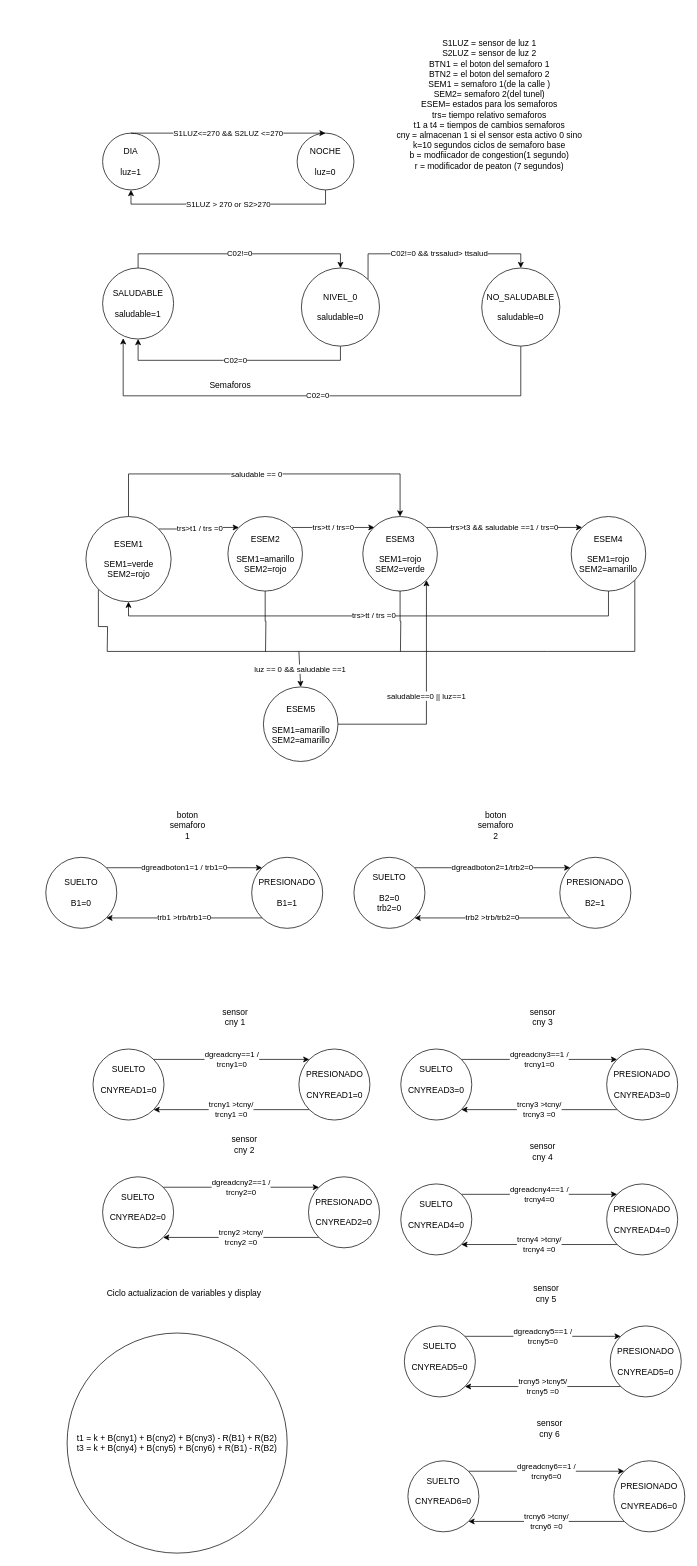
The draw.io diagram Entrega-final.drawio in chalimbu/ciudad-inteligente-adaptativa, before the edit. Source tidied: cells renumbered, new cells numbered last; positions are measured from the earlier drawing's top-left corner, leaving out a move shared by most shapes. Both pictures are drawn from the tidied source at 71%, with x=0, y=0 at pixel (45, 12).
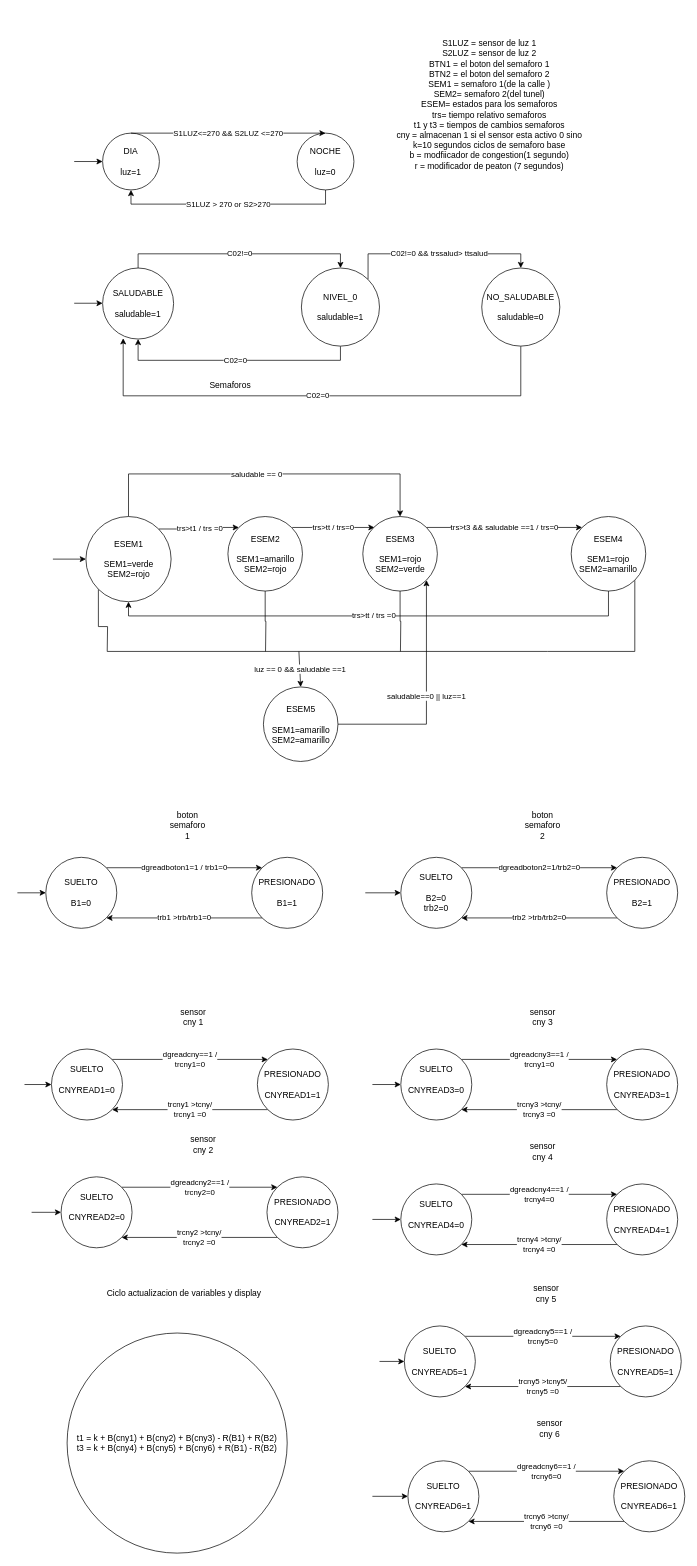
The same page after the edit.

Unchanged cells that the change refers to:
```xml
<mxCell id="2" value="DIA&lt;br&gt;&lt;br&gt;luz=1" style="ellipse;whiteSpace=wrap;html=1;" parent="1" vertex="1">
  <mxGeometry x="80" y="170" width="80" height="80" as="geometry" />
</mxCell>
<mxCell id="17" value="ESEM1&lt;br&gt;&lt;br&gt;SEM1=verde&lt;br&gt;SEM2=rojo" style="ellipse;whiteSpace=wrap;html=1;" parent="1" vertex="1">
  <mxGeometry x="56.5" y="710" width="120" height="120" as="geometry" />
</mxCell>
<mxCell id="35" value="&lt;div&gt;SUELTO&lt;/div&gt;&lt;div&gt;&lt;br&gt;&lt;/div&gt;&lt;div&gt;B1=0&lt;br&gt;&lt;/div&gt;" style="ellipse;whiteSpace=wrap;html=1;" parent="1" vertex="1">
  <mxGeometry y="1190" width="100" height="100" as="geometry" />
</mxCell>
<mxCell id="49" value="&lt;div&gt;SUELTO&lt;/div&gt;&lt;div&gt;&lt;br&gt;&lt;/div&gt;&lt;div&gt;CNYREAD3=0&lt;br&gt;&lt;br&gt;&lt;/div&gt;" style="ellipse;whiteSpace=wrap;html=1;" parent="1" vertex="1">
  <mxGeometry x="500" y="1460" width="100" height="100" as="geometry" />
</mxCell>
<mxCell id="54" value="&lt;div&gt;SUELTO&lt;/div&gt;&lt;div&gt;&lt;br&gt;&lt;/div&gt;&lt;div&gt;CNYREAD4=0&lt;br&gt;&lt;br&gt;&lt;/div&gt;" style="ellipse;whiteSpace=wrap;html=1;" parent="1" vertex="1">
  <mxGeometry x="500" y="1650" width="100" height="100" as="geometry" />
</mxCell>
```

Change to the diagram source:
```diff
@@
-    <mxCell id="10" value="NIVEL_0&lt;br&gt;&lt;br&gt;saludable=0" style="ellipse;whiteSpace=wrap;html=1;" parent="1" vertex="1">
+    <mxCell id="10" value="NIVEL_0&lt;br&gt;&lt;br&gt;saludable=1" style="ellipse;whiteSpace=wrap;html=1;" parent="1" vertex="1">
       <mxGeometry x="360" y="360" width="110" height="110" as="geometry" />
     </mxCell>
-    <mxCell id="11" value="S1LUZ = sensor de luz 1&lt;br&gt;&lt;div&gt;S2LUZ = sensor de luz 2&lt;br&gt;BTN1 = el boton del semaforo 1&lt;br&gt;BTN2 = el boton del semaforo 2&lt;br&gt;SEM1 = semaforo 1(de la calle )&lt;br&gt;&lt;/div&gt;&lt;div&gt;SEM2= semaforo 2(del tunel)&lt;br&gt;ESEM= estados para los semaforos&lt;br&gt;&lt;/div&gt;&lt;div&gt;trs= tiempo relativo semaforos&lt;br&gt;t1 a t4 = tiempos de cambios semaforos&lt;br&gt;&lt;/div&gt;&lt;div&gt;cny = almacenan 1 si el sensor esta activo 0 sino&lt;br&gt;&lt;/div&gt;&lt;div&gt;k=10 segundos ciclos de semaforo base&lt;/div&gt;&lt;div&gt;b = modfiicador de congestion(1 segundo)&lt;/div&gt;&lt;div&gt;r = modificador de peaton (7 segundos)&lt;br&gt;&lt;/div&gt;" style="text;html=1;strokeColor=none;fillColor=none;align=center;verticalAlign=middle;whiteSpace=wrap;rounded=0;" parent="1" vertex="1">
+    <mxCell id="11" value="S1LUZ = sensor de luz 1&lt;br&gt;&lt;div&gt;S2LUZ = sensor de luz 2&lt;br&gt;BTN1 = el boton del semaforo 1&lt;br&gt;BTN2 = el boton del semaforo 2&lt;br&gt;SEM1 = semaforo 1(de la calle )&lt;br&gt;&lt;/div&gt;&lt;div&gt;SEM2= semaforo 2(del tunel)&lt;br&gt;ESEM= estados para los semaforos&lt;br&gt;&lt;/div&gt;&lt;div&gt;trs= tiempo relativo semaforos&lt;br&gt;t1 y t3 = tiempos de cambios semaforos&lt;br&gt;&lt;/div&gt;&lt;div&gt;cny = almacenan 1 si el sensor esta activo 0 sino&lt;br&gt;&lt;/div&gt;&lt;div&gt;k=10 segundos ciclos de semaforo base&lt;/div&gt;&lt;div&gt;b = modfiicador de congestion(1 segundo)&lt;/div&gt;&lt;div&gt;r = modificador de peaton (7 segundos)&lt;br&gt;&lt;/div&gt;" style="text;html=1;strokeColor=none;fillColor=none;align=center;verticalAlign=middle;whiteSpace=wrap;rounded=0;" parent="1" vertex="1">
       <mxGeometry x="480" width="290" height="260" as="geometry" />
     </mxCell>
@@
     <mxCell id="38" value="boton semaforo 2" style="text;html=1;strokeColor=none;fillColor=none;align=center;verticalAlign=middle;whiteSpace=wrap;rounded=0;" parent="1" vertex="1">
-      <mxGeometry x="604" y="1130" width="60" height="30" as="geometry" />
+      <mxGeometry x="670" y="1130" width="60" height="30" as="geometry" />
     </mxCell>
@@
     <mxCell id="40" value="&lt;div&gt;PRESIONADO&lt;/div&gt;&lt;div&gt;&lt;br&gt;&lt;/div&gt;&lt;div&gt;B2=1&lt;br&gt;&lt;/div&gt;" style="ellipse;whiteSpace=wrap;html=1;" parent="1" vertex="1">
-      <mxGeometry x="724" y="1190" width="100" height="100" as="geometry" />
+      <mxGeometry x="790" y="1190" width="100" height="100" as="geometry" />
     </mxCell>
@@
     <mxCell id="42" value="&lt;div&gt;SUELTO&lt;/div&gt;&lt;div&gt;&lt;br&gt;&lt;/div&gt;&lt;div&gt;B2=0&lt;br&gt;trb2=0&lt;br&gt;&lt;/div&gt;" style="ellipse;whiteSpace=wrap;html=1;" parent="1" vertex="1">
-      <mxGeometry x="434" y="1190" width="100" height="100" as="geometry" />
+      <mxGeometry x="500" y="1190" width="100" height="100" as="geometry" />
     </mxCell>
@@
-    <mxCell id="47" value="&lt;div&gt;PRESIONADO&lt;/div&gt;&lt;div&gt;&lt;br&gt;&lt;/div&gt;&lt;div&gt;CNYREAD3=0&lt;/div&gt;" style="ellipse;whiteSpace=wrap;html=1;" parent="1" vertex="1">
+    <mxCell id="47" value="&lt;div&gt;PRESIONADO&lt;/div&gt;&lt;div&gt;&lt;br&gt;&lt;/div&gt;&lt;div&gt;CNYREAD3=1&lt;/div&gt;" style="ellipse;whiteSpace=wrap;html=1;" parent="1" vertex="1">
       <mxGeometry x="790" y="1460" width="100" height="100" as="geometry" />
     </mxCell>
@@
-    <mxCell id="52" value="&lt;div&gt;PRESIONADO&lt;/div&gt;&lt;div&gt;&lt;br&gt;&lt;/div&gt;&lt;div&gt;CNYREAD4=0&lt;/div&gt;" style="ellipse;whiteSpace=wrap;html=1;" parent="1" vertex="1">
+    <mxCell id="52" value="&lt;div&gt;PRESIONADO&lt;/div&gt;&lt;div&gt;&lt;br&gt;&lt;/div&gt;&lt;div&gt;CNYREAD4=1&lt;/div&gt;" style="ellipse;whiteSpace=wrap;html=1;" parent="1" vertex="1">
       <mxGeometry x="790" y="1650" width="100" height="100" as="geometry" />
     </mxCell>
@@
-    <mxCell id="57" value="&lt;div&gt;PRESIONADO&lt;/div&gt;&lt;div&gt;&lt;br&gt;&lt;/div&gt;&lt;div&gt;CNYREAD5=0&lt;/div&gt;" style="ellipse;whiteSpace=wrap;html=1;" parent="1" vertex="1">
+    <mxCell id="57" value="&lt;div&gt;PRESIONADO&lt;/div&gt;&lt;div&gt;&lt;br&gt;&lt;/div&gt;&lt;div&gt;CNYREAD5=1&lt;/div&gt;" style="ellipse;whiteSpace=wrap;html=1;" parent="1" vertex="1">
       <mxGeometry x="795" y="1850" width="100" height="100" as="geometry" />
     </mxCell>
@@
-    <mxCell id="59" value="&lt;div&gt;SUELTO&lt;/div&gt;&lt;div&gt;&lt;br&gt;&lt;/div&gt;&lt;div&gt;CNYREAD5=0&lt;br&gt;&lt;br&gt;&lt;/div&gt;" style="ellipse;whiteSpace=wrap;html=1;" parent="1" vertex="1">
+    <mxCell id="59" value="&lt;div&gt;SUELTO&lt;/div&gt;&lt;div&gt;&lt;br&gt;&lt;/div&gt;&lt;div&gt;CNYREAD5=1&lt;br&gt;&lt;/div&gt;" style="ellipse;whiteSpace=wrap;html=1;" parent="1" vertex="1">
       <mxGeometry x="505" y="1850" width="100" height="100" as="geometry" />
     </mxCell>
@@
-    <mxCell id="62" value="&lt;div&gt;PRESIONADO&lt;/div&gt;&lt;div&gt;&lt;br&gt;&lt;/div&gt;&lt;div&gt;CNYREAD6=0&lt;/div&gt;" style="ellipse;whiteSpace=wrap;html=1;" parent="1" vertex="1">
+    <mxCell id="62" value="&lt;div&gt;PRESIONADO&lt;/div&gt;&lt;div&gt;&lt;br&gt;&lt;/div&gt;&lt;div&gt;CNYREAD6=1&lt;/div&gt;" style="ellipse;whiteSpace=wrap;html=1;" parent="1" vertex="1">
       <mxGeometry x="800" y="2040" width="100" height="100" as="geometry" />
     </mxCell>
@@
-    <mxCell id="64" value="&lt;div&gt;SUELTO&lt;/div&gt;&lt;div&gt;&lt;br&gt;&lt;/div&gt;&lt;div&gt;CNYREAD6=0&lt;br&gt;&lt;br&gt;&lt;/div&gt;" style="ellipse;whiteSpace=wrap;html=1;" parent="1" vertex="1">
+    <mxCell id="64" value="&lt;div&gt;SUELTO&lt;/div&gt;&lt;div&gt;&lt;br&gt;&lt;/div&gt;&lt;div&gt;CNYREAD6=1&lt;br&gt;&lt;/div&gt;" style="ellipse;whiteSpace=wrap;html=1;" parent="1" vertex="1">
       <mxGeometry x="510" y="2040" width="100" height="100" as="geometry" />
     </mxCell>
     <mxCell id="65" value="sensor cny 1" style="text;html=1;strokeColor=none;fillColor=none;align=center;verticalAlign=middle;whiteSpace=wrap;rounded=0;" parent="1" vertex="1">
-      <mxGeometry x="236.5" y="1400" width="60" height="30" as="geometry" />
+      <mxGeometry x="178" y="1400" width="60" height="30" as="geometry" />
     </mxCell>
@@
-    <mxCell id="67" value="&lt;div&gt;PRESIONADO&lt;/div&gt;&lt;div&gt;&lt;br&gt;&lt;/div&gt;&lt;div&gt;CNYREAD1=0&lt;/div&gt;" style="ellipse;whiteSpace=wrap;html=1;" parent="1" vertex="1">
-      <mxGeometry x="356.5" y="1460" width="100" height="100" as="geometry" />
+    <mxCell id="67" value="&lt;div&gt;PRESIONADO&lt;/div&gt;&lt;div&gt;&lt;br&gt;&lt;/div&gt;&lt;div&gt;CNYREAD1=1&lt;/div&gt;" style="ellipse;whiteSpace=wrap;html=1;" parent="1" vertex="1">
+      <mxGeometry x="298" y="1460" width="100" height="100" as="geometry" />
     </mxCell>
@@
     <mxCell id="69" value="&lt;div&gt;SUELTO&lt;/div&gt;&lt;div&gt;&lt;br&gt;&lt;/div&gt;&lt;div&gt;CNYREAD1=0&lt;br&gt;&lt;br&gt;&lt;/div&gt;" style="ellipse;whiteSpace=wrap;html=1;" parent="1" vertex="1">
-      <mxGeometry x="66.5" y="1460" width="100" height="100" as="geometry" />
+      <mxGeometry x="8" y="1460" width="100" height="100" as="geometry" />
     </mxCell>
     <mxCell id="70" value="sensor cny 2" style="text;html=1;strokeColor=none;fillColor=none;align=center;verticalAlign=middle;whiteSpace=wrap;rounded=0;" parent="1" vertex="1">
-      <mxGeometry x="250" y="1580" width="60" height="30" as="geometry" />
+      <mxGeometry x="191.5" y="1580" width="60" height="30" as="geometry" />
     </mxCell>
@@
-    <mxCell id="72" value="&lt;div&gt;PRESIONADO&lt;/div&gt;&lt;div&gt;&lt;br&gt;&lt;/div&gt;&lt;div&gt;CNYREAD2=0&lt;/div&gt;" style="ellipse;whiteSpace=wrap;html=1;" parent="1" vertex="1">
-      <mxGeometry x="370" y="1640" width="100" height="100" as="geometry" />
+    <mxCell id="72" value="&lt;div&gt;PRESIONADO&lt;/div&gt;&lt;div&gt;&lt;br&gt;&lt;/div&gt;&lt;div&gt;CNYREAD2=1&lt;/div&gt;" style="ellipse;whiteSpace=wrap;html=1;" parent="1" vertex="1">
+      <mxGeometry x="311.5" y="1640" width="100" height="100" as="geometry" />
     </mxCell>
@@
     <mxCell id="74" value="&lt;div&gt;SUELTO&lt;/div&gt;&lt;div&gt;&lt;br&gt;&lt;/div&gt;&lt;div&gt;CNYREAD2=0&lt;br&gt;&lt;br&gt;&lt;/div&gt;" style="ellipse;whiteSpace=wrap;html=1;" parent="1" vertex="1">
-      <mxGeometry x="80" y="1640" width="100" height="100" as="geometry" />
+      <mxGeometry x="21.5" y="1640" width="100" height="100" as="geometry" />
     </mxCell>
+    <mxCell id="75" style="endArrow=classic;html=1;rounded=0;" parent="1" edge="1" target="2">
+      <mxGeometry relative="1" as="geometry">
+        <mxPoint x="40" y="210" as="sourcePoint" />
+      </mxGeometry>
+    </mxCell>
+    <mxCell id="76" style="endArrow=classic;html=1;rounded=0;" parent="1" edge="1">
+      <mxGeometry relative="1" as="geometry">
+        <mxPoint x="40" y="409.6" as="sourcePoint" />
+        <mxPoint x="80" y="409.6" as="targetPoint" />
+      </mxGeometry>
+    </mxCell>
+    <mxCell id="77" style="endArrow=classic;html=1;rounded=0;entryX=0;entryY=0.5;entryDx=0;entryDy=0;" parent="1" edge="1" target="17">
+      <mxGeometry relative="1" as="geometry">
+        <mxPoint x="10" y="770" as="sourcePoint" />
+      </mxGeometry>
+    </mxCell>
+    <mxCell id="78" style="endArrow=classic;html=1;rounded=0;entryX=0;entryY=0.5;entryDx=0;entryDy=0;" parent="1" edge="1" target="35">
+      <mxGeometry relative="1" as="geometry">
+        <mxPoint x="-40" y="1240" as="sourcePoint" />
+      </mxGeometry>
+    </mxCell>
+    <mxCell id="79" style="endArrow=classic;html=1;rounded=0;entryX=0;entryY=0.5;entryDx=0;entryDy=0;" parent="1" edge="1" target="42">
+      <mxGeometry relative="1" as="geometry">
+        <mxPoint x="450" y="1240" as="sourcePoint" />
+      </mxGeometry>
+    </mxCell>
+    <mxCell id="80" style="endArrow=classic;html=1;rounded=0;entryX=0;entryY=0.5;entryDx=0;entryDy=0;" parent="1" edge="1" target="69">
+      <mxGeometry relative="1" as="geometry">
+        <mxPoint x="-30" y="1510" as="sourcePoint" />
+      </mxGeometry>
+    </mxCell>
+    <mxCell id="81" style="endArrow=classic;html=1;rounded=0;entryX=0;entryY=0.5;entryDx=0;entryDy=0;" parent="1" edge="1" target="74">
+      <mxGeometry relative="1" as="geometry">
+        <mxPoint x="-20" y="1690" as="sourcePoint" />
+      </mxGeometry>
+    </mxCell>
+    <mxCell id="82" style="endArrow=classic;html=1;rounded=0;entryX=0;entryY=0.5;entryDx=0;entryDy=0;" parent="1" edge="1" target="49">
+      <mxGeometry relative="1" as="geometry">
+        <mxPoint x="460" y="1510" as="sourcePoint" />
+      </mxGeometry>
+    </mxCell>
+    <mxCell id="83" style="endArrow=classic;html=1;rounded=0;entryX=0;entryY=0.5;entryDx=0;entryDy=0;" parent="1" edge="1" target="54">
+      <mxGeometry relative="1" as="geometry">
+        <mxPoint x="460" y="1700" as="sourcePoint" />
+      </mxGeometry>
+    </mxCell>
+    <mxCell id="84" style="endArrow=classic;html=1;rounded=0;entryX=0;entryY=0.5;entryDx=0;entryDy=0;" parent="1" edge="1" target="59">
+      <mxGeometry relative="1" as="geometry">
+        <mxPoint x="470" y="1900" as="sourcePoint" />
+      </mxGeometry>
+    </mxCell>
+    <mxCell id="85" style="endArrow=classic;html=1;rounded=0;entryX=0;entryY=0.5;entryDx=0;entryDy=0;" parent="1" edge="1" target="64">
+      <mxGeometry relative="1" as="geometry">
+        <mxPoint x="460" y="2090" as="sourcePoint" />
+      </mxGeometry>
+    </mxCell>
```
